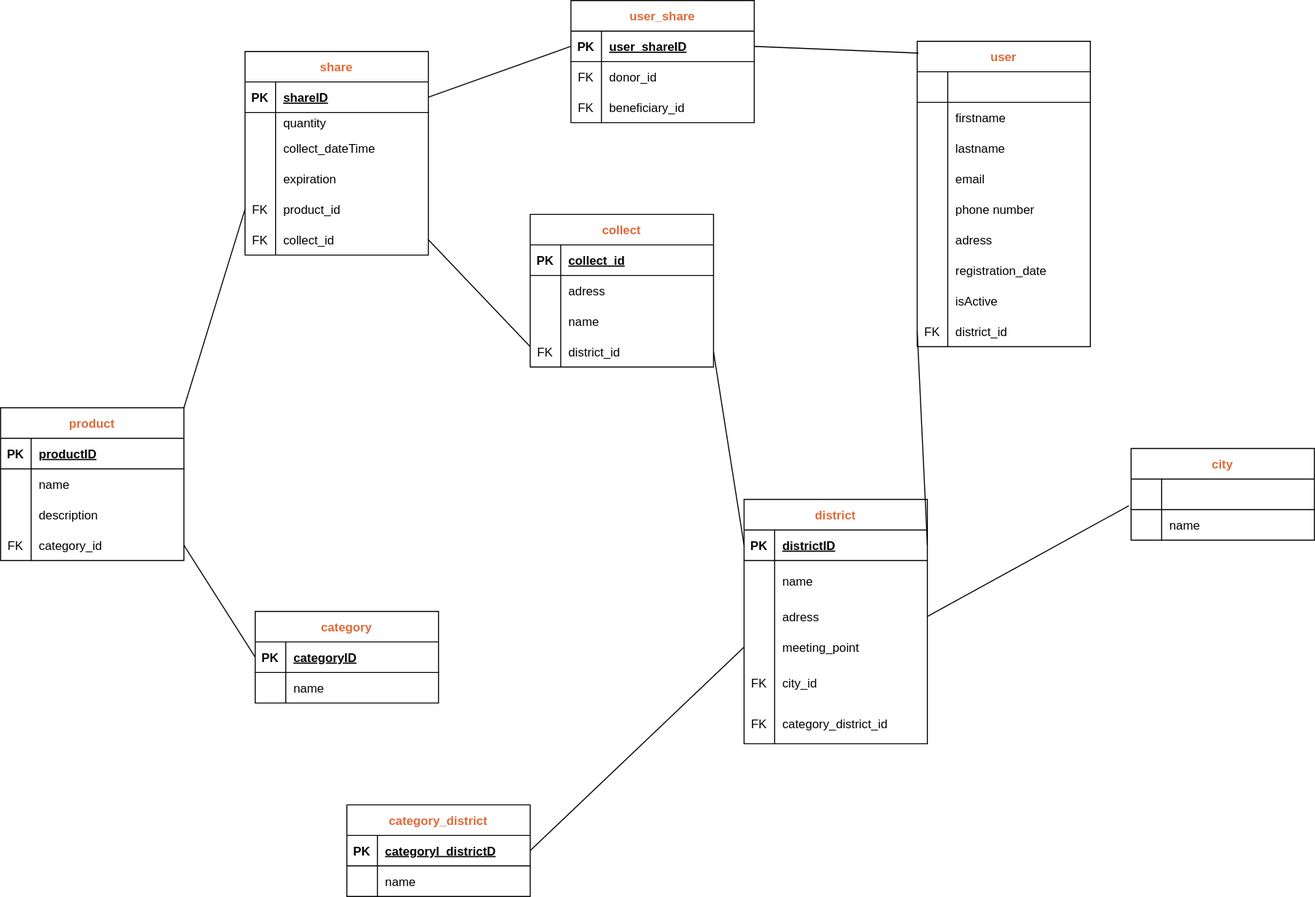
Before: code/server/Merise_VAG/MLD/vag.drawio.svg, a diagram exported from draw.io (Mandine42/vag). Source tidied: cells renumbered, new cells last; positions are measured from the earlier drawing's top-left corner, leaving out a move shared by most shapes.
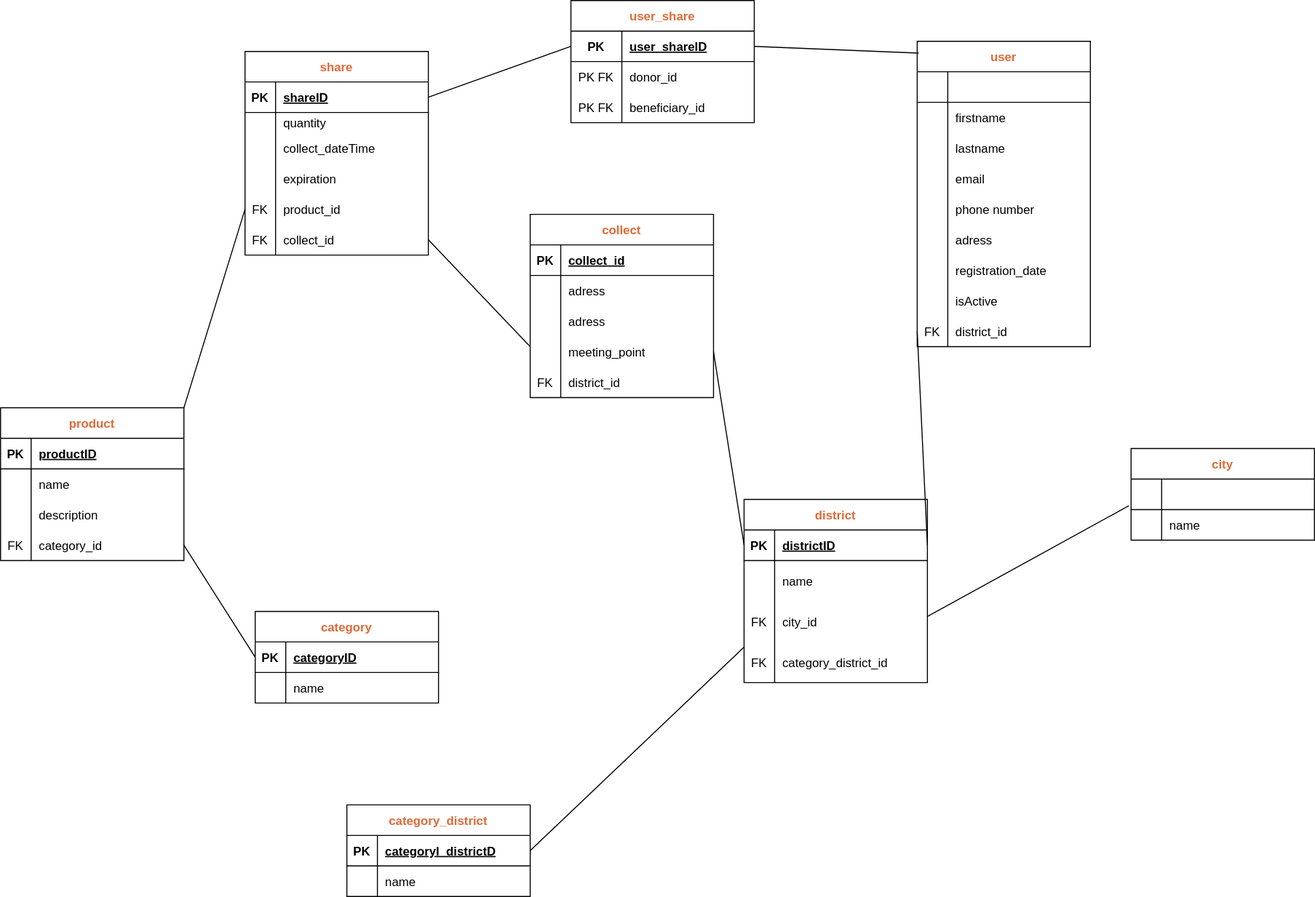
The same diagram one commit later.

Change to the diagram source:
```diff
@@ -108,7 +108,7 @@
       <mxGeometry x="30" width="150" height="30" as="geometry" />
     </mxCell>
     <mxCell id="37" value="district" style="shape=table;startSize=30;rowLines=0;fontStyle=1;align=center;fontColor=#DE6A38;" parent="1" vertex="1">
-      <mxGeometry x="730" y="490" width="180" height="240" as="geometry" />
+      <mxGeometry x="730" y="490" width="180" height="180" as="geometry" />
     </mxCell>
     <mxCell id="38" style="shape=tableRow;horizontal=0;startSize=0;swimlaneHead=0;swimlaneBody=0;fillColor=none;points=[[0,0.5],[1,0.5]];portConstraint=eastwest;top=0;left=0;right=0;bottom=1;" parent="37" vertex="1">
       <mxGeometry y="30" width="180" height="30" as="geometry" />
@@ -128,26 +128,8 @@
     <mxCell id="43" value="name" style="shape=partialRectangle;fillColor=none;top=0;left=0;bottom=0;right=0;align=left;spacingLeft=6;overflow=hidden;" parent="41" vertex="1">
       <mxGeometry x="30" width="150" height="40" as="geometry" />
     </mxCell>
-    <mxCell id="44" style="shape=tableRow;horizontal=0;startSize=0;swimlaneHead=0;swimlaneBody=0;fillColor=none;points=[[0,0.5],[1,0.5]];portConstraint=eastwest;top=0;left=0;right=0;bottom=0;" parent="37" vertex="1">
-      <mxGeometry y="100" width="180" height="30" as="geometry" />
-    </mxCell>
-    <mxCell id="45" style="shape=partialRectangle;fillColor=none;top=0;left=0;bottom=0;right=0;overflow=hidden;" parent="44" vertex="1">
-      <mxGeometry width="30" height="30" as="geometry" />
-    </mxCell>
-    <mxCell id="46" value="adress" style="shape=partialRectangle;fillColor=none;top=0;left=0;bottom=0;right=0;align=left;spacingLeft=6;overflow=hidden;" parent="44" vertex="1">
-      <mxGeometry x="30" width="150" height="30" as="geometry" />
-    </mxCell>
-    <mxCell id="47" style="shape=tableRow;horizontal=0;startSize=0;swimlaneHead=0;swimlaneBody=0;fillColor=none;points=[[0,0.5],[1,0.5]];portConstraint=eastwest;top=0;left=0;right=0;bottom=0;" parent="37" vertex="1">
-      <mxGeometry y="130" width="180" height="30" as="geometry" />
-    </mxCell>
-    <mxCell id="48" style="shape=partialRectangle;fillColor=none;top=0;left=0;bottom=0;right=0;overflow=hidden;" parent="47" vertex="1">
-      <mxGeometry width="30" height="30" as="geometry" />
-    </mxCell>
-    <mxCell id="49" value="meeting_point" style="shape=partialRectangle;fillColor=none;top=0;left=0;bottom=0;right=0;align=left;spacingLeft=6;overflow=hidden;" parent="47" vertex="1">
-      <mxGeometry x="30" width="150" height="30" as="geometry" />
-    </mxCell>
     <mxCell id="50" style="shape=tableRow;horizontal=0;startSize=0;swimlaneHead=0;swimlaneBody=0;fillColor=none;top=0;left=0;right=0;bottom=0;" parent="37" vertex="1">
-      <mxGeometry y="160" width="180" height="40" as="geometry" />
+      <mxGeometry y="100" width="180" height="40" as="geometry" />
     </mxCell>
     <mxCell id="51" value="FK" style="shape=partialRectangle;fillColor=none;top=0;left=0;bottom=0;right=0;overflow=hidden;" parent="50" vertex="1">
       <mxGeometry width="30" height="40" as="geometry" />
@@ -156,7 +138,7 @@
       <mxGeometry x="30" width="150" height="40" as="geometry" />
     </mxCell>
     <mxCell id="53" style="shape=tableRow;horizontal=0;startSize=0;swimlaneHead=0;swimlaneBody=0;fillColor=none;top=0;left=0;right=0;bottom=0;" parent="37" vertex="1">
-      <mxGeometry y="200" width="180" height="40" as="geometry" />
+      <mxGeometry y="140" width="180" height="40" as="geometry" />
     </mxCell>
     <mxCell id="54" value="FK" style="shape=partialRectangle;fillColor=none;top=0;left=0;bottom=0;right=0;overflow=hidden;" parent="53" vertex="1">
       <mxGeometry width="30" height="40" as="geometry" />
@@ -167,8 +149,10 @@
     <mxCell id="56" style="endArrow=none;html=1;rounded=0;exitX=0;exitY=0.5;exitDx=0;exitDy=0;entryX=1;entryY=0.5;entryDx=0;entryDy=0;" parent="1" edge="1" source="27" target="38">
       <mxGeometry relative="1" as="geometry" />
     </mxCell>
-    <mxCell id="57" style="endArrow=none;html=1;rounded=0;exitX=-0.012;exitY=-0.126;exitDx=0;exitDy=0;entryX=1;entryY=0.5;entryDx=0;entryDy=0;exitPerimeter=0;" parent="1" edge="1" source="34" target="44">
-      <mxGeometry relative="1" as="geometry" />
+    <mxCell id="57" style="endArrow=none;html=1;rounded=0;exitX=-0.012;exitY=-0.126;exitDx=0;exitDy=0;entryX=1;entryY=0.5;entryDx=0;entryDy=0;exitPerimeter=0;" parent="1" edge="1" source="34">
+      <mxGeometry relative="1" as="geometry">
+        <mxPoint x="910" y="605" as="targetPoint" />
+      </mxGeometry>
     </mxCell>
     <mxCell id="58" value="share" style="shape=table;startSize=30;rowLines=0;fontStyle=1;align=center;fontColor=#DE6A38;" parent="1" vertex="1">
       <mxGeometry x="240" y="50" width="180" height="200" as="geometry" />
@@ -302,28 +286,28 @@
       <mxGeometry y="30" width="180" height="30" as="geometry" />
     </mxCell>
     <mxCell id="101" value="PK" style="shape=partialRectangle;fillColor=none;top=0;left=0;bottom=0;right=0;fontStyle=1;overflow=hidden;" parent="100" vertex="1">
-      <mxGeometry width="30" height="30" as="geometry" />
+      <mxGeometry width="50" height="30" as="geometry" />
     </mxCell>
     <mxCell id="102" value="user_shareID" style="shape=partialRectangle;fillColor=none;top=0;left=0;bottom=0;right=0;align=left;spacingLeft=6;fontStyle=5;overflow=hidden;" parent="100" vertex="1">
-      <mxGeometry x="30" width="150" height="30" as="geometry" />
+      <mxGeometry x="50" width="130" height="30" as="geometry" />
     </mxCell>
     <mxCell id="103" style="shape=tableRow;horizontal=0;startSize=0;swimlaneHead=0;swimlaneBody=0;fillColor=none;top=0;left=0;right=0;bottom=0;" parent="99" vertex="1">
       <mxGeometry y="60" width="180" height="30" as="geometry" />
     </mxCell>
-    <mxCell id="104" value="FK" style="shape=partialRectangle;fillColor=none;top=0;left=0;bottom=0;right=0;overflow=hidden;" parent="103" vertex="1">
-      <mxGeometry width="30" height="30" as="geometry" />
+    <mxCell id="104" value="PK FK" style="shape=partialRectangle;fillColor=none;top=0;left=0;bottom=0;right=0;overflow=hidden;fontSize=12;" parent="103" vertex="1">
+      <mxGeometry width="50" height="30" as="geometry" />
     </mxCell>
     <mxCell id="105" value="donor_id" style="shape=partialRectangle;fillColor=none;top=0;left=0;bottom=0;right=0;align=left;spacingLeft=6;overflow=hidden;" parent="103" vertex="1">
-      <mxGeometry x="30" width="150" height="30" as="geometry" />
+      <mxGeometry x="50" width="130" height="30" as="geometry" />
     </mxCell>
     <mxCell id="106" style="shape=tableRow;horizontal=0;startSize=0;swimlaneHead=0;swimlaneBody=0;fillColor=none;top=0;left=0;right=0;bottom=0;" parent="99" vertex="1">
       <mxGeometry y="90" width="180" height="30" as="geometry" />
     </mxCell>
-    <mxCell id="107" value="FK" style="shape=partialRectangle;fillColor=none;top=0;left=0;bottom=0;right=0;overflow=hidden;" parent="106" vertex="1">
-      <mxGeometry width="30" height="30" as="geometry" />
+    <mxCell id="107" value="PK FK" style="shape=partialRectangle;fillColor=none;top=0;left=0;bottom=0;right=0;overflow=hidden;" parent="106" vertex="1">
+      <mxGeometry width="50" height="30" as="geometry" />
     </mxCell>
     <mxCell id="108" value="beneficiary_id" style="shape=partialRectangle;fillColor=none;top=0;left=0;bottom=0;right=0;align=left;spacingLeft=6;overflow=hidden;" parent="106" vertex="1">
-      <mxGeometry x="30" width="150" height="30" as="geometry" />
+      <mxGeometry x="50" width="130" height="30" as="geometry" />
     </mxCell>
     <mxCell id="109" style="endArrow=none;html=1;rounded=0;entryX=0.008;entryY=0.039;entryDx=0;entryDy=0;entryPerimeter=0;exitX=1;exitY=0.5;exitDx=0;exitDy=0;" parent="1" edge="1" source="100" target="2">
       <mxGeometry relative="1" as="geometry" />
@@ -352,11 +336,13 @@
     <mxCell id="117" value="name" style="shape=partialRectangle;fillColor=none;top=0;left=0;bottom=0;right=0;align=left;spacingLeft=6;overflow=hidden;" parent="115" vertex="1">
       <mxGeometry x="30" width="150" height="30" as="geometry" />
     </mxCell>
-    <mxCell id="118" style="endArrow=none;html=1;rounded=0;entryX=1;entryY=0.5;entryDx=0;entryDy=0;exitX=0;exitY=0.5;exitDx=0;exitDy=0;" parent="1" edge="1" source="47" target="112">
-      <mxGeometry relative="1" as="geometry" />
+    <mxCell id="118" style="endArrow=none;html=1;rounded=0;entryX=1;entryY=0.5;entryDx=0;entryDy=0;exitX=0;exitY=0.5;exitDx=0;exitDy=0;" parent="1" edge="1" target="112">
+      <mxGeometry relative="1" as="geometry">
+        <mxPoint x="730" y="635" as="sourcePoint" />
+      </mxGeometry>
     </mxCell>
     <mxCell id="119" value="collect" style="shape=table;startSize=30;rowLines=0;fontStyle=1;align=center;fontColor=#DE6A38;" parent="1" vertex="1">
-      <mxGeometry x="520" y="210" width="180" height="150" as="geometry" />
+      <mxGeometry x="520" y="210" width="180" height="180" as="geometry" />
     </mxCell>
     <mxCell id="120" style="shape=tableRow;horizontal=0;startSize=0;swimlaneHead=0;swimlaneBody=0;fillColor=none;top=0;left=0;right=0;bottom=1;" parent="119" vertex="1">
       <mxGeometry y="30" width="180" height="30" as="geometry" />
@@ -382,18 +368,27 @@
     <mxCell id="127" style="shape=partialRectangle;fillColor=none;top=0;left=0;bottom=0;right=0;overflow=hidden;" parent="126" vertex="1">
       <mxGeometry width="30" height="30" as="geometry" />
     </mxCell>
-    <mxCell id="128" value="name" style="shape=partialRectangle;fillColor=none;top=0;left=0;bottom=0;right=0;align=left;spacingLeft=6;overflow=hidden;" parent="126" vertex="1">
+    <mxCell id="128" value="adress" style="shape=partialRectangle;fillColor=none;top=0;left=0;bottom=0;right=0;align=left;spacingLeft=6;overflow=hidden;" parent="126" vertex="1">
       <mxGeometry x="30" width="150" height="30" as="geometry" />
     </mxCell>
     <mxCell id="129" style="shape=tableRow;horizontal=0;startSize=0;swimlaneHead=0;swimlaneBody=0;fillColor=none;points=[[0,0.5],[1,0.5]];portConstraint=eastwest;top=0;left=0;right=0;bottom=0;" parent="119" vertex="1">
       <mxGeometry y="120" width="180" height="30" as="geometry" />
     </mxCell>
-    <mxCell id="130" value="FK" style="shape=partialRectangle;fillColor=none;top=0;left=0;bottom=0;right=0;overflow=hidden;" parent="129" vertex="1">
+    <mxCell id="130" style="shape=partialRectangle;fillColor=none;top=0;left=0;bottom=0;right=0;overflow=hidden;" parent="129" vertex="1">
       <mxGeometry width="30" height="30" as="geometry" />
     </mxCell>
-    <mxCell id="131" value="district_id" style="shape=partialRectangle;fillColor=none;top=0;left=0;bottom=0;right=0;align=left;spacingLeft=6;overflow=hidden;" parent="129" vertex="1">
+    <mxCell id="131" value="meeting_point" style="shape=partialRectangle;fillColor=none;top=0;left=0;bottom=0;right=0;align=left;spacingLeft=6;overflow=hidden;" parent="129" vertex="1">
       <mxGeometry x="30" width="150" height="30" as="geometry" />
     </mxCell>
+    <mxCell id="134" style="shape=tableRow;horizontal=0;startSize=0;swimlaneHead=0;swimlaneBody=0;fillColor=none;top=0;left=0;right=0;bottom=0;" parent="119" vertex="1">
+      <mxGeometry y="150" width="180" height="30" as="geometry" />
+    </mxCell>
+    <mxCell id="135" style="shape=partialRectangle;fillColor=none;top=0;left=0;bottom=0;right=0;overflow=hidden;" parent="134" vertex="1">
+      <mxGeometry width="30" height="30" as="geometry" />
+    </mxCell>
+    <mxCell id="136" value="district_id" style="shape=partialRectangle;fillColor=none;top=0;left=0;bottom=0;right=0;align=left;spacingLeft=6;overflow=hidden;" parent="134" vertex="1">
+      <mxGeometry x="30" width="150" height="30" as="geometry" />
+    </mxCell>
     <mxCell id="132" style="endArrow=none;html=1;rounded=0;fontColor=#DE6A38;exitX=1;exitY=0.5;exitDx=0;exitDy=0;entryX=0;entryY=0.5;entryDx=0;entryDy=0;" parent="1" edge="1" source="129" target="38">
       <mxGeometry relative="1" as="geometry" />
     </mxCell>
@@ -402,5 +397,8 @@
         <mxPoint x="520" y="340" as="targetPoint" />
       </mxGeometry>
     </mxCell>
+    <mxCell id="137" value="FK" style="shape=partialRectangle;fillColor=none;top=0;left=0;bottom=0;right=0;overflow=hidden;" parent="1" vertex="1">
+      <mxGeometry x="520" y="360" width="30" height="30" as="geometry" />
+    </mxCell>
   </root>
 </mxGraphModel>
```
